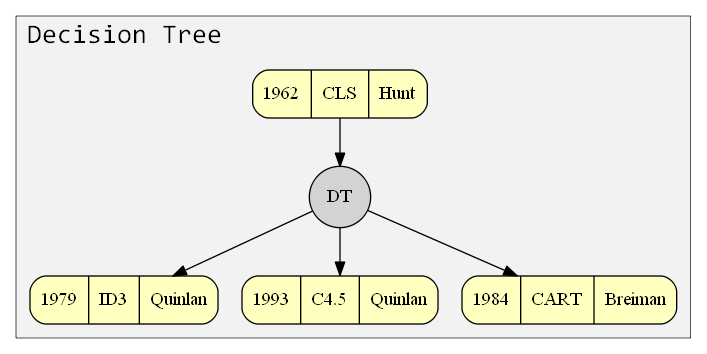
The Graphviz diagram blog/tree_based_classifiers/tc-dt.png in Holdlen2DH/holdlen2dh.github.io, before a commit. Its source is kept beside it as blog/tree_based_classifiers/tc-dt.dot. Its diagram source:
```dot
digraph {
    compound=true
	fontname="Inconsolata, Consolas"
	fontsize=20
	margin="0,0"
	ranksep=0.5
	penwidth=0.5
	forcelabels=true



    subgraph cluster_dt{
        margin="10,10"
		labeljust="left"
		label = "Decision Tree"
		style=filled
		fillcolor=gray95

        node [shape=Mrecord, style=filled, colorscheme=spectral7]


        dt [shape = circle, label = "DT"]
        cls [label="1962|CLS|Hunt", fillcolor=4]

        dt_id3 [label = "1979|ID3|Quinlan", fillcolor=4]
        dt_c45 [label = "1993|C4.5|Quinlan", fillcolor=4]
        dt_cart [label = "1984|CART|Breiman", fillcolor=4]

        cls -> dt
        dt -> {dt_id3; dt_cart; dt_c45}

        {rank = same; dt_id3; dt_c45; dt_c45}
    }




}
```
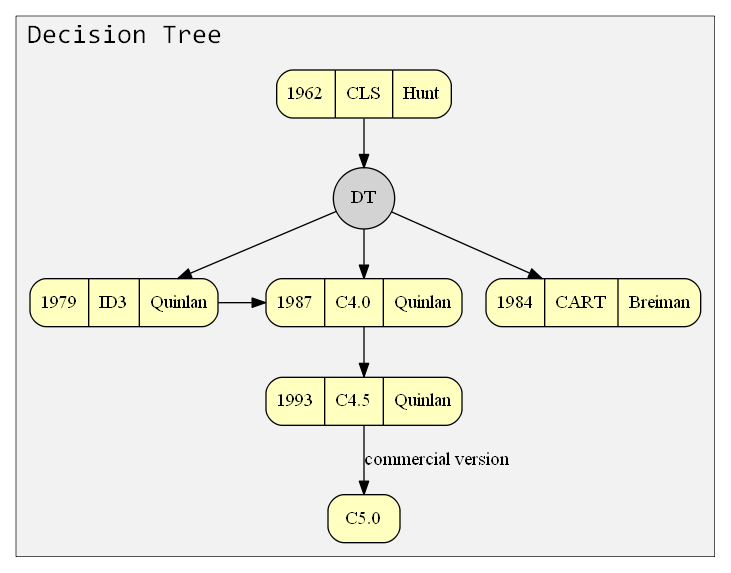
The same file after the commit.

Change to the diagram source:
```diff
@@ -23,13 +23,21 @@
         cls [label="1962|CLS|Hunt", fillcolor=4]
 
         dt_id3 [label = "1979|ID3|Quinlan", fillcolor=4]
+        dt_c4 [label = "1987|C4.0|Quinlan", fillcolor=4]
         dt_c45 [label = "1993|C4.5|Quinlan", fillcolor=4]
+        dt_c5 [label = "C5.0", fillcolor=4]
+
         dt_cart [label = "1984|CART|Breiman", fillcolor=4]
 
         cls -> dt
-        dt -> {dt_id3; dt_cart; dt_c45}
+        dt_id3 -> dt_c4
+        dt -> {dt_id3; dt_cart; dt_c4}
 
-        {rank = same; dt_id3; dt_c45; dt_c45}
+        dt_c4 -> dt_c45
+
+        dt_c45 -> dt_c5[label = "commercial version"]
+
+        {rank = same; dt_id3; dt_c4; dt_cart}
     }
 
 
```
